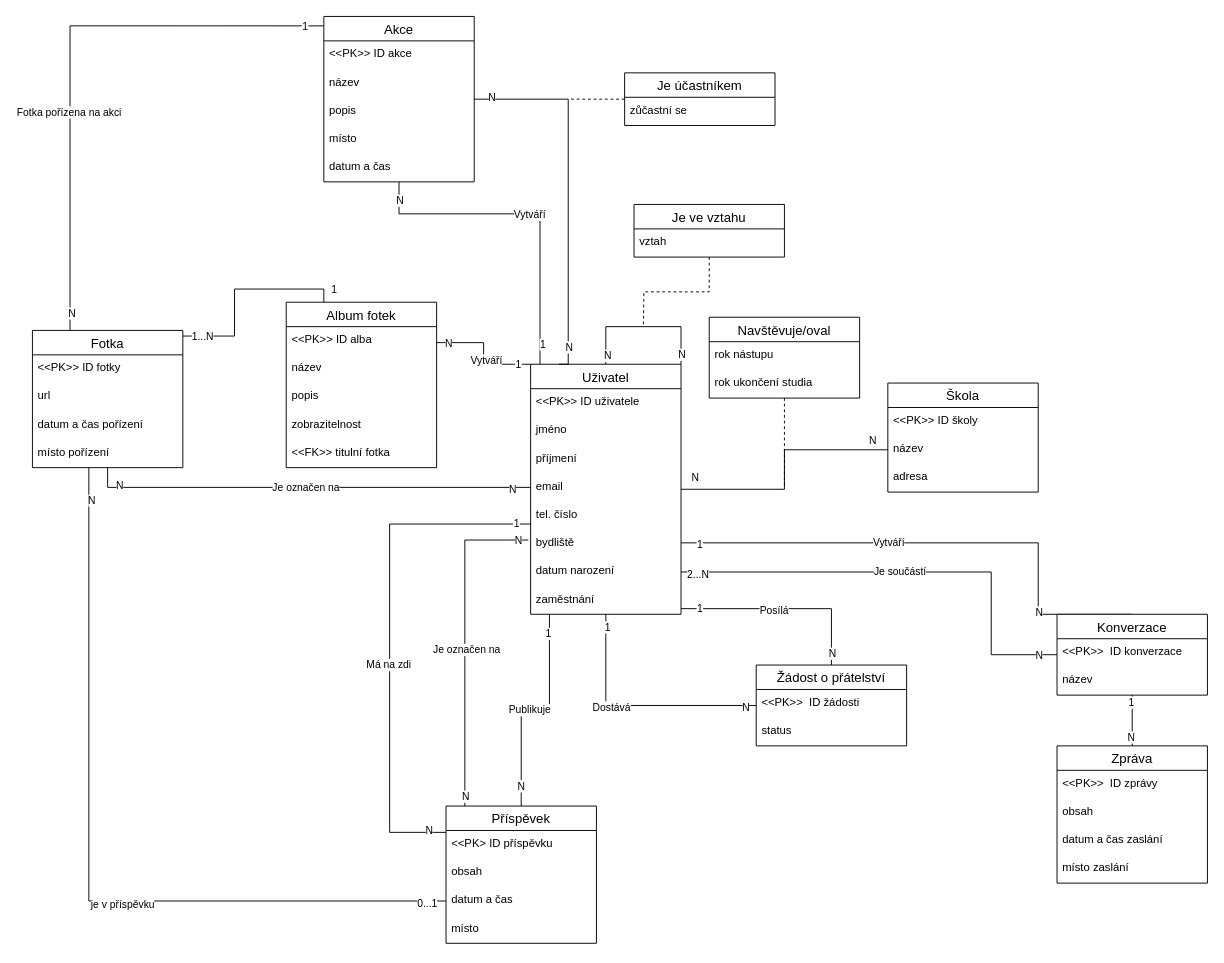
Above: ER.drawio in JakubBlaha/projekt-IUS (draw.io), before the change. Source tidied: cells renumbered, new cells numbered last; positions are measured from the earlier drawing's top-left corner, leaving out a move shared by most shapes. Both pictures are drawn from the tidied source at 94%, with x=0, y=0 at pixel (32, 16).
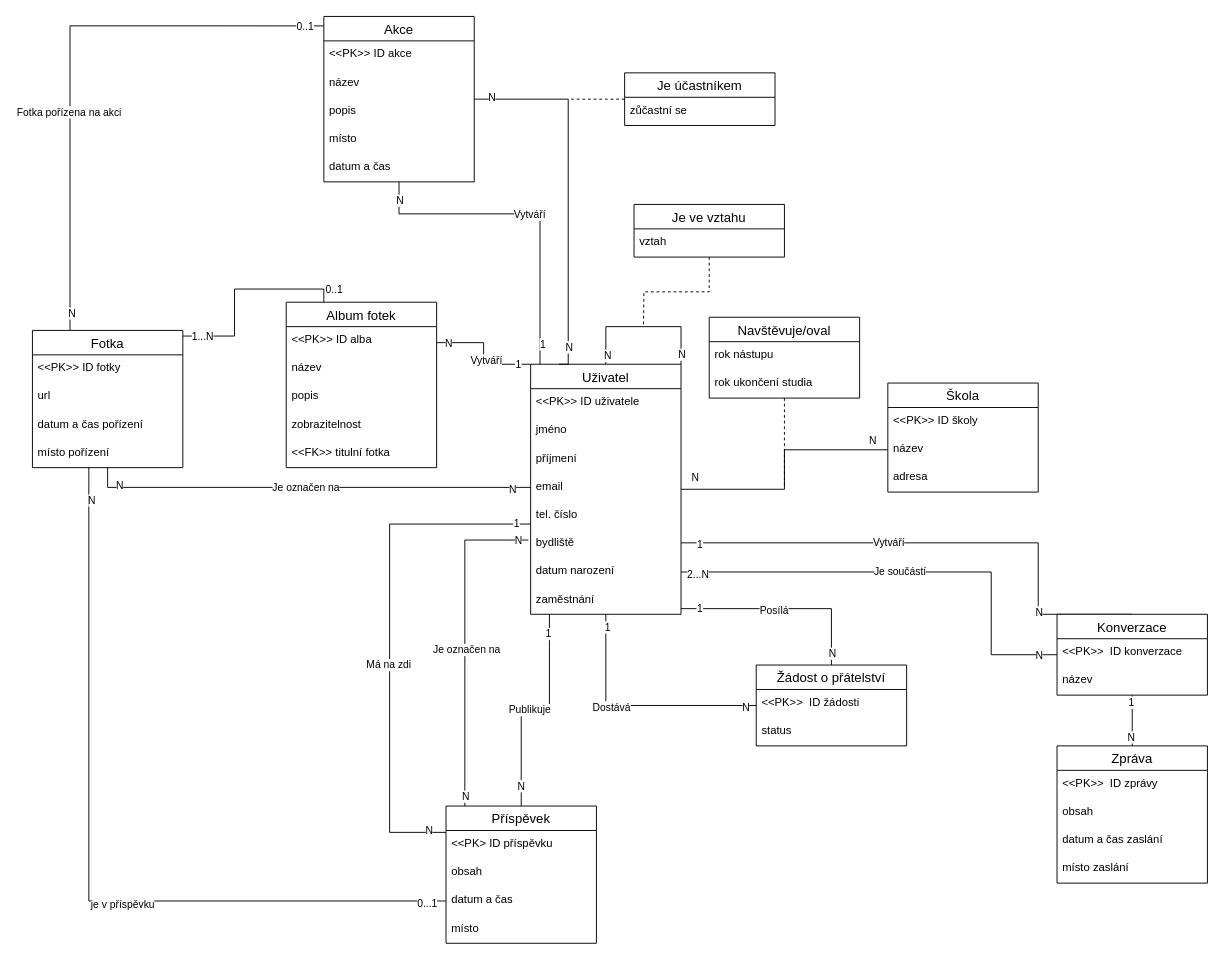
The same page after the edit.

Commit message (it also covers changes not shown here):
vecerni discord

The change refers to these unchanged cells:
```xml
<mxCell id="66" style="edgeStyle=orthogonalEdgeStyle;rounded=0;jettySize=auto;html=1;entryX=0.25;entryY=0;entryDx=0;entryDy=0;endArrow=none;endFill=0;" parent="1" edge="1" source="77" target="60">
  <mxGeometry relative="1" as="geometry">
    <Array as="points">
      <mxPoint x="215" y="340" />
      <mxPoint x="215" y="290" />
      <mxPoint x="310" y="290" />
    </Array>
  </mxGeometry>
</mxCell>
<mxCell id="69" style="edgeStyle=orthogonalEdgeStyle;rounded=0;jettySize=auto;html=1;entryX=0.125;entryY=0.057;entryDx=0;entryDy=0;entryPerimeter=0;endArrow=none;endFill=0;" parent="1" edge="1" source="77" target="89">
  <mxGeometry relative="1" as="geometry">
    <Array as="points">
      <mxPoint x="40" y="10" />
    </Array>
  </mxGeometry>
</mxCell>
```

What changed in the source:
```diff
@@
-    <mxCell id="67" value="1" style="edgeLabel;html=1;align=center;verticalAlign=middle;" parent="66" vertex="1">
+    <mxCell id="67" value="0..1" style="edgeLabel;html=1;align=center;verticalAlign=middle;" parent="66" vertex="1">
       <mxGeometry x="0.94" y="1" relative="1" as="geometry">
         <mxPoint x="9" y="-8" as="offset" />
       </mxGeometry>
     </mxCell>
@@
-    <mxCell id="70" value="1" style="edgeLabel;html=1;align=center;verticalAlign=middle;" parent="69" vertex="1">
+    <mxCell id="70" value="0..1" style="edgeLabel;html=1;align=center;verticalAlign=middle;" parent="69" vertex="1">
       <mxGeometry x="0.87" relative="1" as="geometry" />
     </mxCell>
```
